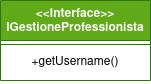
The draw.io diagram Interfacce/GestioneProfessionista Interface.drawio.png in Iannicc/Pet-Party, before a commit. Source tidied: cells renumbered, new cells last; positions are measured from the earlier drawing's top-left corner, leaving out a move shared by most shapes. Source of this version:
```xml
<mxGraphModel>
  <root>
    <mxCell id="0" />
    <mxCell id="1" parent="0" />
    <mxCell id="2" value="&lt;div&gt;&amp;lt;&amp;lt;Interface&amp;gt;&amp;gt;&lt;/div&gt;&lt;div&gt;IGestioneProfessionista&lt;br&gt;&lt;/div&gt;" style="swimlane;fontStyle=1;align=center;verticalAlign=top;horizontal=1;startSize=40;whiteSpace=wrap;html=1;fillColor=#60a917;fontColor=#ffffff;strokeColor=#2D7600;" parent="1" vertex="1">
      <mxGeometry width="150" height="80" as="geometry" />
    </mxCell>
    <mxCell id="3" style="line;strokeWidth=1;fillColor=none;align=left;verticalAlign=middle;spacingTop=-1;spacingLeft=3;spacingRight=3;labelPosition=right;strokeColor=inherit;" parent="2" vertex="1">
      <mxGeometry y="40" width="150" height="8" as="geometry" />
    </mxCell>
    <mxCell id="4" value="+getUsername()" style="text;strokeColor=none;fillColor=none;align=center;verticalAlign=top;spacingLeft=4;spacingRight=4;overflow=hidden;whiteSpace=wrap;html=1;" parent="2" vertex="1">
      <mxGeometry y="48" width="150" height="32" as="geometry" />
    </mxCell>
  </root>
</mxGraphModel>
```
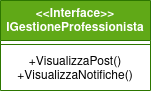
The same diagram one commit later.

Diff of the diagram source:
```diff
@@ -3,13 +3,13 @@
     <mxCell id="0" />
     <mxCell id="1" parent="0" />
     <mxCell id="2" value="&lt;div&gt;&amp;lt;&amp;lt;Interface&amp;gt;&amp;gt;&lt;/div&gt;&lt;div&gt;IGestioneProfessionista&lt;br&gt;&lt;/div&gt;" style="swimlane;fontStyle=1;align=center;verticalAlign=top;horizontal=1;startSize=40;whiteSpace=wrap;html=1;fillColor=#60a917;fontColor=#ffffff;strokeColor=#2D7600;" parent="1" vertex="1">
-      <mxGeometry width="150" height="80" as="geometry" />
+      <mxGeometry width="150" height="90" as="geometry" />
     </mxCell>
     <mxCell id="3" style="line;strokeWidth=1;fillColor=none;align=left;verticalAlign=middle;spacingTop=-1;spacingLeft=3;spacingRight=3;labelPosition=right;strokeColor=inherit;" parent="2" vertex="1">
       <mxGeometry y="40" width="150" height="8" as="geometry" />
     </mxCell>
-    <mxCell id="4" value="+getUsername()" style="text;strokeColor=none;fillColor=none;align=center;verticalAlign=top;spacingLeft=4;spacingRight=4;overflow=hidden;whiteSpace=wrap;html=1;" parent="2" vertex="1">
-      <mxGeometry y="48" width="150" height="32" as="geometry" />
+    <mxCell id="4" value="&lt;div&gt;+VisualizzaPost()&lt;/div&gt;&lt;div&gt;+VisualizzaNotifiche()&lt;br&gt;&lt;/div&gt;" style="text;strokeColor=none;fillColor=none;align=center;verticalAlign=top;spacingLeft=4;spacingRight=4;overflow=hidden;whiteSpace=wrap;html=1;" parent="2" vertex="1">
+      <mxGeometry y="48" width="150" height="42" as="geometry" />
     </mxCell>
   </root>
 </mxGraphModel>
```
